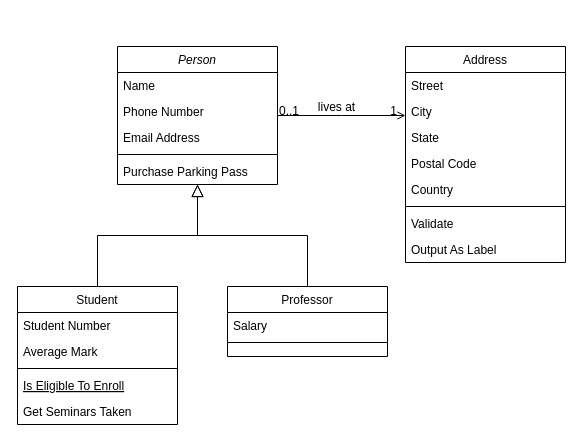
Earlier version of the draw.io diagram Untitled Diagram.drawio (GibransLF/han). Source tidied: cells renumbered, new cells numbered last; positions are measured from the earlier drawing's top-left corner, leaving out a move shared by most shapes. Both pictures are drawn from the tidied source at 100%, with x=0, y=0 at pixel (17, 46).
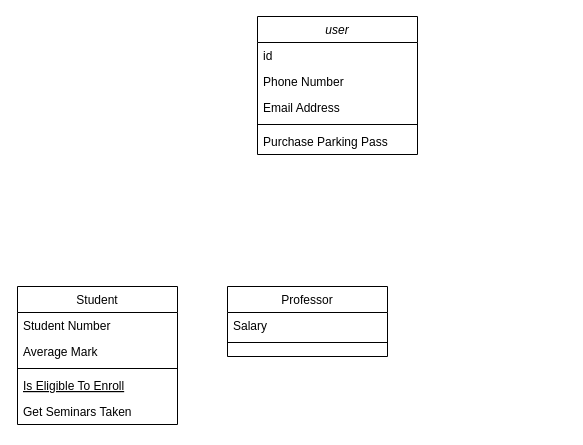
Above is the later version.

Unchanged cells that the change refers to:
```xml
<mxCell id="8" value="Student" style="swimlane;fontStyle=0;align=center;verticalAlign=top;horizontal=1;startSize=26;rounded=0;shadow=0;strokeWidth=1;" parent="1" vertex="1">
  <mxGeometry y="240" width="160" height="138" as="geometry" />
</mxCell>
<mxCell id="15" value="Professor" style="swimlane;fontStyle=0;align=center;verticalAlign=top;horizontal=1;startSize=26;rounded=0;shadow=0;strokeWidth=1;" parent="1" vertex="1">
  <mxGeometry x="210" y="240" width="160" height="70" as="geometry" />
</mxCell>
```

Diff of the diagram source:
```diff
@@
-    <mxCell id="2" value="Person" style="swimlane;fontStyle=2;align=center;verticalAlign=top;horizontal=1;startSize=26;rounded=0;shadow=0;strokeWidth=1;" parent="1" vertex="1">
-      <mxGeometry x="100" width="160" height="138" as="geometry" />
+    <mxCell id="2" value="user" style="swimlane;fontStyle=2;align=center;verticalAlign=top;horizontal=1;startSize=26;rounded=0;shadow=0;strokeWidth=1;" parent="1" vertex="1">
+      <mxGeometry x="240" y="-30" width="160" height="138" as="geometry" />
     </mxCell>
-    <mxCell id="3" value="Name" style="text;align=left;verticalAlign=top;spacingLeft=4;spacingRight=4;overflow=hidden;" parent="2" vertex="1">
+    <mxCell id="3" value="id" style="text;align=left;verticalAlign=top;spacingLeft=4;spacingRight=4;overflow=hidden;" parent="2" vertex="1">
       <mxGeometry y="26" width="160" height="26" as="geometry" />
     </mxCell>
@@
-    <mxCell id="14" style="endArrow=block;endSize=10;endFill=0;shadow=0;strokeWidth=1;rounded=0;edgeStyle=elbowEdgeStyle;elbow=vertical;" parent="1" edge="1" source="8" target="2">
-      <mxGeometry relative="1" as="geometry" />
-    </mxCell>
@@
-    <mxCell id="18" style="endArrow=block;endSize=10;endFill=0;shadow=0;strokeWidth=1;rounded=0;edgeStyle=elbowEdgeStyle;elbow=vertical;" parent="1" edge="1" source="15" target="2">
-      <mxGeometry relative="1" as="geometry" />
-    </mxCell>
-    <mxCell id="19" value="Address" style="swimlane;fontStyle=0;align=center;verticalAlign=top;horizontal=1;startSize=26;rounded=0;shadow=0;strokeWidth=1;" parent="1" vertex="1">
-      <mxGeometry x="388" width="160" height="216" as="geometry" />
-    </mxCell>
-    <mxCell id="20" value="Street" style="text;align=left;verticalAlign=top;spacingLeft=4;spacingRight=4;overflow=hidden;" parent="19" vertex="1">
-      <mxGeometry y="26" width="160" height="26" as="geometry" />
-    </mxCell>
-    <mxCell id="21" value="City" style="text;align=left;verticalAlign=top;spacingLeft=4;spacingRight=4;overflow=hidden;rounded=0;shadow=0;html=0;" parent="19" vertex="1">
-      <mxGeometry y="52" width="160" height="26" as="geometry" />
-    </mxCell>
-    <mxCell id="22" value="State" style="text;align=left;verticalAlign=top;spacingLeft=4;spacingRight=4;overflow=hidden;rounded=0;shadow=0;html=0;" parent="19" vertex="1">
-      <mxGeometry y="78" width="160" height="26" as="geometry" />
-    </mxCell>
-    <mxCell id="23" value="Postal Code" style="text;align=left;verticalAlign=top;spacingLeft=4;spacingRight=4;overflow=hidden;rounded=0;shadow=0;html=0;" parent="19" vertex="1">
-      <mxGeometry y="104" width="160" height="26" as="geometry" />
-    </mxCell>
-    <mxCell id="24" value="Country" style="text;align=left;verticalAlign=top;spacingLeft=4;spacingRight=4;overflow=hidden;rounded=0;shadow=0;html=0;" parent="19" vertex="1">
-      <mxGeometry y="130" width="160" height="26" as="geometry" />
-    </mxCell>
-    <mxCell id="25" style="line;html=1;strokeWidth=1;align=left;verticalAlign=middle;spacingTop=-1;spacingLeft=3;spacingRight=3;labelPosition=right;" parent="19" vertex="1">
-      <mxGeometry y="156" width="160" height="8" as="geometry" />
-    </mxCell>
-    <mxCell id="26" value="Validate" style="text;align=left;verticalAlign=top;spacingLeft=4;spacingRight=4;overflow=hidden;" parent="19" vertex="1">
-      <mxGeometry y="164" width="160" height="26" as="geometry" />
-    </mxCell>
-    <mxCell id="27" value="Output As Label" style="text;align=left;verticalAlign=top;spacingLeft=4;spacingRight=4;overflow=hidden;" parent="19" vertex="1">
-      <mxGeometry y="190" width="160" height="26" as="geometry" />
-    </mxCell>
-    <mxCell id="28" style="endArrow=open;shadow=0;strokeWidth=1;rounded=0;endFill=1;edgeStyle=elbowEdgeStyle;elbow=vertical;" parent="1" edge="1" source="2" target="19">
-      <mxGeometry x="0.5" y="41" relative="1" as="geometry">
-        <mxPoint x="-40" y="32" as="offset" />
-      </mxGeometry>
-    </mxCell>
-    <mxCell id="29" value="0..1" style="align=left;verticalAlign=bottom;labelBackgroundColor=none;fontSize=12;" parent="28" vertex="1">
-      <mxGeometry x="-1" relative="1" as="geometry">
-        <mxPoint y="4" as="offset" />
-      </mxGeometry>
-    </mxCell>
-    <mxCell id="30" value="1" style="align=right;verticalAlign=bottom;labelBackgroundColor=none;fontSize=12;" parent="28" vertex="1">
-      <mxGeometry x="1" relative="1" as="geometry">
-        <mxPoint x="-7" y="4" as="offset" />
-      </mxGeometry>
-    </mxCell>
-    <mxCell id="31" value="lives at" style="text;html=1;align=center;verticalAlign=middle;labelBackgroundColor=none;rounded=0;shadow=0;strokeWidth=1;fontSize=12;" parent="28" vertex="1">
-      <mxGeometry x="0.5" y="49" relative="1" as="geometry">
-        <mxPoint x="-38" y="40" as="offset" />
-      </mxGeometry>
-    </mxCell>
```
